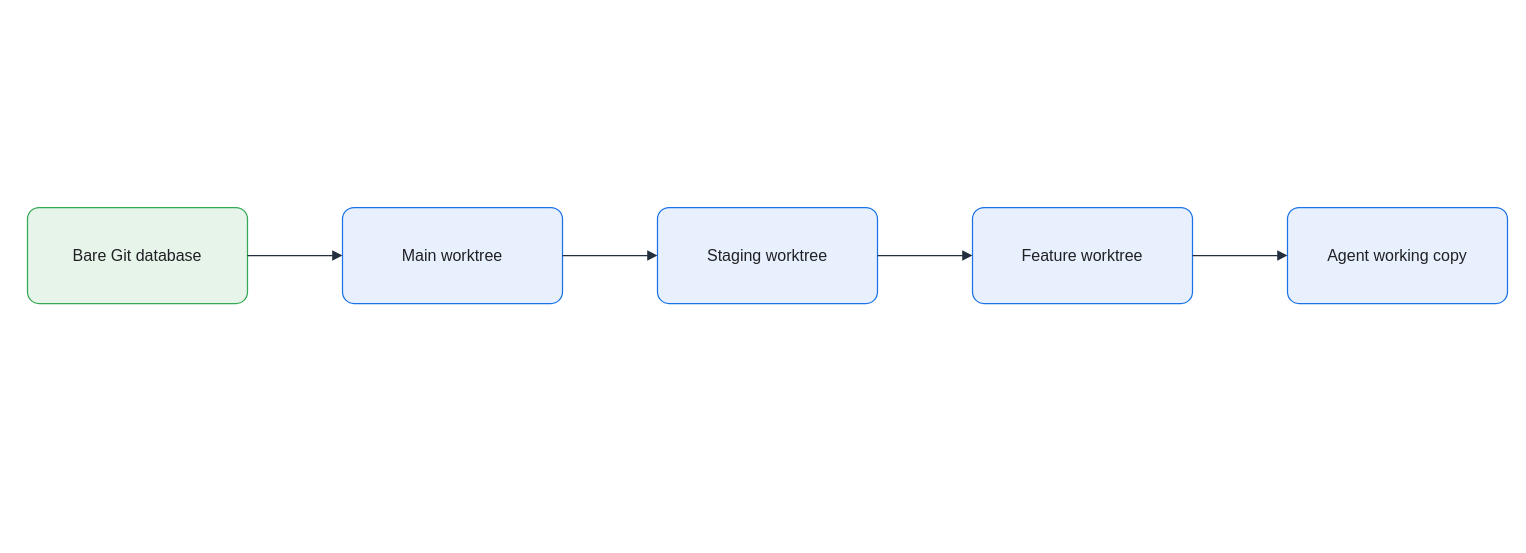
Above: assets/img/git/bare-worktree-layout.drawio in KKamJi98/kkamji98.github.io (draw.io), before the change. Source tidied: cells renumbered, new cells numbered last; positions are measured from the earlier drawing's top-left corner, leaving out a move shared by most shapes. Both pictures are drawn from the tidied source at 100%, with x=0, y=0 at pixel (27, 207).
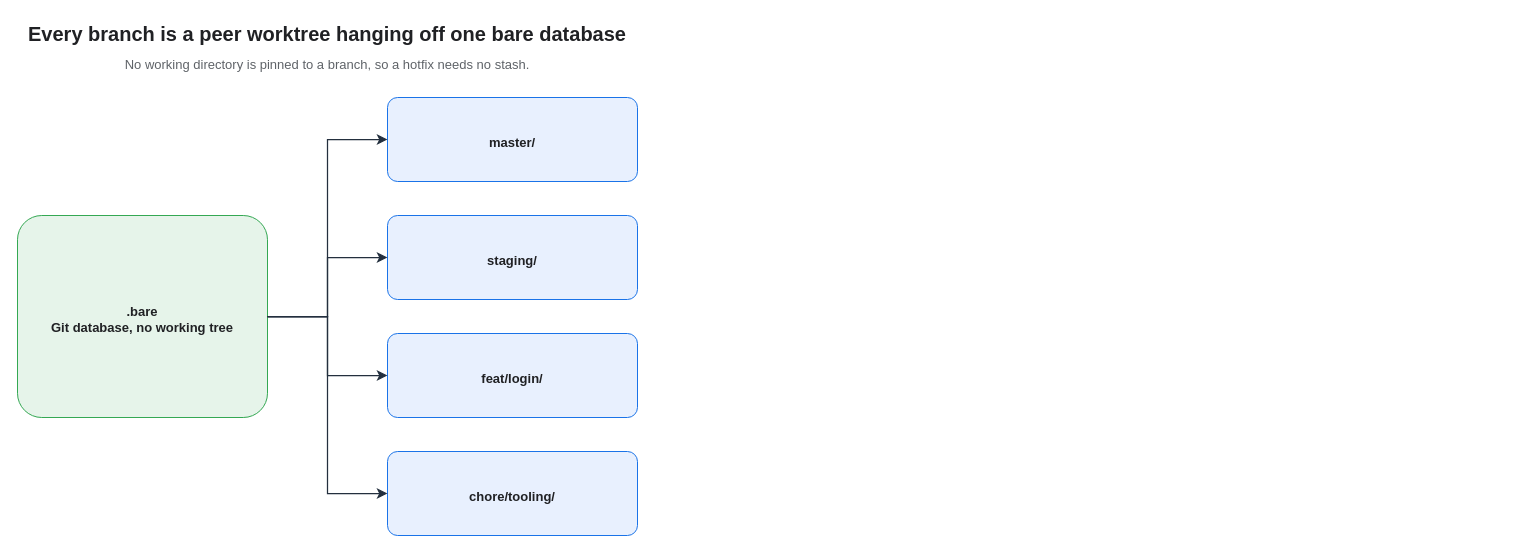
After the change.

The edit, as a diff of the source:
```diff
@@
 <mxGraphModel background="#FFFFFF">
   <root>
     <mxCell id="0" />
     <mxCell id="1" parent="0" />
-    <mxCell id="2" value="Bare Git database" style="rounded=1;arcSize=12;whiteSpace=wrap;html=0;fillColor=#E6F4EA;strokeColor=#34A853;strokeWidth=1.25;fontColor=#202124;fontSize=16;align=center;verticalAlign=middle;spacing=8;shadow=0;" parent="1" vertex="1">
-      <mxGeometry width="220" height="96" as="geometry" />
-    </mxCell>
-    <mxCell id="3" value="Main worktree" style="rounded=1;arcSize=12;whiteSpace=wrap;html=0;fillColor=#E8F0FE;strokeColor=#1A73E8;strokeWidth=1.25;fontColor=#202124;fontSize=16;align=center;verticalAlign=middle;spacing=8;shadow=0;" parent="1" vertex="1">
-      <mxGeometry x="315" width="220" height="96" as="geometry" />
-    </mxCell>
-    <mxCell id="4" value="Staging worktree" style="rounded=1;arcSize=12;whiteSpace=wrap;html=0;fillColor=#E8F0FE;strokeColor=#1A73E8;strokeWidth=1.25;fontColor=#202124;fontSize=16;align=center;verticalAlign=middle;spacing=8;shadow=0;" parent="1" vertex="1">
-      <mxGeometry x="630" width="220" height="96" as="geometry" />
-    </mxCell>
-    <mxCell id="5" value="Feature worktree" style="rounded=1;arcSize=12;whiteSpace=wrap;html=0;fillColor=#E8F0FE;strokeColor=#1A73E8;strokeWidth=1.25;fontColor=#202124;fontSize=16;align=center;verticalAlign=middle;spacing=8;shadow=0;" parent="1" vertex="1">
-      <mxGeometry x="945" width="220" height="96" as="geometry" />
-    </mxCell>
-    <mxCell id="6" value="Agent working copy" style="rounded=1;arcSize=12;whiteSpace=wrap;html=0;fillColor=#E8F0FE;strokeColor=#1A73E8;strokeWidth=1.25;fontColor=#202124;fontSize=16;align=center;verticalAlign=middle;spacing=8;shadow=0;" parent="1" vertex="1">
-      <mxGeometry x="1260" width="220" height="96" as="geometry" />
-    </mxCell>
-    <mxCell id="7" style="edgeStyle=orthogonalEdgeStyle;rounded=0;jettySize=auto;html=0;endArrow=block;endFill=1;strokeColor=#232F3E;strokeWidth=1.25;fontColor=#202124;labelBackgroundColor=none;exitX=1;exitY=0.5;exitDx=0;exitDy=0;entryX=0;entryY=0.5;entryDx=0;entryDy=0;endSize=7;" parent="1" edge="1" source="2" target="3">
-      <mxGeometry relative="1" as="geometry" />
-    </mxCell>
-    <mxCell id="8" style="edgeStyle=orthogonalEdgeStyle;rounded=0;jettySize=auto;html=0;endArrow=block;endFill=1;strokeColor=#232F3E;strokeWidth=1.25;fontColor=#202124;labelBackgroundColor=none;exitX=1;exitY=0.5;exitDx=0;exitDy=0;entryX=0;entryY=0.5;entryDx=0;entryDy=0;endSize=7;" parent="1" edge="1" source="3" target="4">
-      <mxGeometry relative="1" as="geometry" />
-    </mxCell>
-    <mxCell id="9" style="edgeStyle=orthogonalEdgeStyle;rounded=0;jettySize=auto;html=0;endArrow=block;endFill=1;strokeColor=#232F3E;strokeWidth=1.25;fontColor=#202124;labelBackgroundColor=none;exitX=1;exitY=0.5;exitDx=0;exitDy=0;entryX=0;entryY=0.5;entryDx=0;entryDy=0;endSize=7;" parent="1" edge="1" source="4" target="5">
-      <mxGeometry relative="1" as="geometry" />
-    </mxCell>
-    <mxCell id="10" style="edgeStyle=orthogonalEdgeStyle;rounded=0;jettySize=auto;html=0;endArrow=block;endFill=1;strokeColor=#232F3E;strokeWidth=1.25;fontColor=#202124;labelBackgroundColor=none;exitX=1;exitY=0.5;exitDx=0;exitDy=0;entryX=0;entryY=0.5;entryDx=0;entryDy=0;endSize=7;" parent="1" edge="1" source="5" target="6">
-      <mxGeometry relative="1" as="geometry" />
-    </mxCell>
+    <mxCell id="11" value="Every branch is a peer worktree hanging off one bare database" style="text;html=0;strokeColor=none;fillColor=none;align=center;verticalAlign=middle;fontColor=#202124;fontSize=20;fontStyle=1;" parent="1" vertex="1">
+      <mxGeometry x="-10" y="-190" width="620" height="30" as="geometry" />
+    </mxCell>
+    <mxCell id="12" value="No working directory is pinned to a branch, so a hotfix needs no stash." style="text;html=0;strokeColor=none;fillColor=none;align=center;verticalAlign=middle;fontColor=#5F6368;fontSize=13;" parent="1" vertex="1">
+      <mxGeometry x="-10" y="-156" width="620" height="24" as="geometry" />
+    </mxCell>
+    <mxCell id="13" value=".bare&#10;Git database, no working tree" style="rounded=1;whiteSpace=wrap;html=0;arcSize=12;fillColor=#E6F4EA;strokeColor=#34A853;fontColor=#202124;fontSize=13;fontStyle=1;align=center;verticalAlign=middle;spacingTop=6;spacingLeft=6;spacingRight=6;" parent="1" vertex="1">
+      <mxGeometry x="-10" y="8" width="250" height="202" as="geometry" />
+    </mxCell>
+    <mxCell id="14" value="master/" style="rounded=1;whiteSpace=wrap;html=0;arcSize=12;fillColor=#E8F0FE;strokeColor=#1A73E8;fontColor=#202124;fontSize=13;fontStyle=1;align=center;verticalAlign=middle;spacingTop=6;spacingLeft=6;spacingRight=6;" parent="1" vertex="1">
+      <mxGeometry x="360" y="-110" width="250" height="84" as="geometry" />
+    </mxCell>
+    <mxCell id="15" value="staging/" style="rounded=1;whiteSpace=wrap;html=0;arcSize=12;fillColor=#E8F0FE;strokeColor=#1A73E8;fontColor=#202124;fontSize=13;fontStyle=1;align=center;verticalAlign=middle;spacingTop=6;spacingLeft=6;spacingRight=6;" parent="1" vertex="1">
+      <mxGeometry x="360" y="8" width="250" height="84" as="geometry" />
+    </mxCell>
+    <mxCell id="16" value="feat/login/" style="rounded=1;whiteSpace=wrap;html=0;arcSize=12;fillColor=#E8F0FE;strokeColor=#1A73E8;fontColor=#202124;fontSize=13;fontStyle=1;align=center;verticalAlign=middle;spacingTop=6;spacingLeft=6;spacingRight=6;" parent="1" vertex="1">
+      <mxGeometry x="360" y="126" width="250" height="84" as="geometry" />
+    </mxCell>
+    <mxCell id="17" value="chore/tooling/" style="rounded=1;whiteSpace=wrap;html=0;arcSize=12;fillColor=#E8F0FE;strokeColor=#1A73E8;fontColor=#202124;fontSize=13;fontStyle=1;align=center;verticalAlign=middle;spacingTop=6;spacingLeft=6;spacingRight=6;" parent="1" vertex="1">
+      <mxGeometry x="360" y="244" width="250" height="84" as="geometry" />
+    </mxCell>
+    <mxCell id="18" style="edgeStyle=orthogonalEdgeStyle;rounded=0;html=0;strokeColor=#232F3E;strokeWidth=1.25;endArrow=classic;endFill=1;endSize=7;fontSize=11;fontColor=#202124;labelBackgroundColor=none;exitX=1;exitY=0.5;entryX=0;entryY=0.5;exitDx=0;exitDy=0;entryDx=0;entryDy=0;" parent="1" edge="1" source="13" target="14">
+      <mxGeometry relative="1" as="geometry">
+        <Array as="points">
+          <mxPoint x="300" y="109" />
+          <mxPoint x="300" y="-68" />
+        </Array>
+      </mxGeometry>
+    </mxCell>
+    <mxCell id="19" style="edgeStyle=orthogonalEdgeStyle;rounded=0;html=0;strokeColor=#232F3E;strokeWidth=1.25;endArrow=classic;endFill=1;endSize=7;fontSize=11;fontColor=#202124;labelBackgroundColor=none;exitX=1;exitY=0.5;entryX=0;entryY=0.5;exitDx=0;exitDy=0;entryDx=0;entryDy=0;" parent="1" edge="1" source="13" target="15">
+      <mxGeometry relative="1" as="geometry" />
+    </mxCell>
+    <mxCell id="20" style="edgeStyle=orthogonalEdgeStyle;rounded=0;html=0;strokeColor=#232F3E;strokeWidth=1.25;endArrow=classic;endFill=1;endSize=7;fontSize=11;fontColor=#202124;labelBackgroundColor=none;exitX=1;exitY=0.5;entryX=0;entryY=0.5;exitDx=0;exitDy=0;entryDx=0;entryDy=0;" parent="1" edge="1" source="13" target="16">
+      <mxGeometry relative="1" as="geometry">
+        <Array as="points">
+          <mxPoint x="300" y="109" />
+          <mxPoint x="300" y="168" />
+        </Array>
+      </mxGeometry>
+    </mxCell>
+    <mxCell id="21" style="edgeStyle=orthogonalEdgeStyle;rounded=0;html=0;strokeColor=#232F3E;strokeWidth=1.25;endArrow=classic;endFill=1;endSize=7;fontSize=11;fontColor=#202124;labelBackgroundColor=none;exitX=1;exitY=0.5;entryX=0;entryY=0.5;exitDx=0;exitDy=0;entryDx=0;entryDy=0;" parent="1" edge="1" source="13" target="17">
+      <mxGeometry relative="1" as="geometry">
+        <Array as="points">
+          <mxPoint x="300" y="109" />
+          <mxPoint x="300" y="286" />
+        </Array>
+      </mxGeometry>
+    </mxCell>
   </root>
 </mxGraphModel>
```
